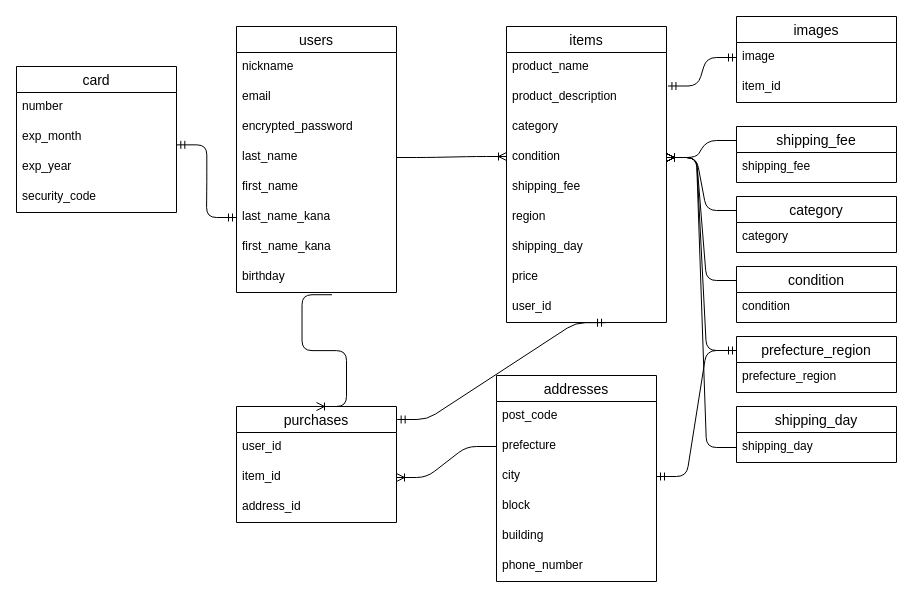
The draw.io diagram app/views/furima.dio in toshimasaimari/furima-38543, before the edit. Source tidied: cells renumbered, new cells numbered last; positions are measured from the earlier drawing's top-left corner, leaving out a move shared by most shapes. Both pictures are drawn from the tidied source at 100%, with x=0, y=0 at pixel (16, 16).
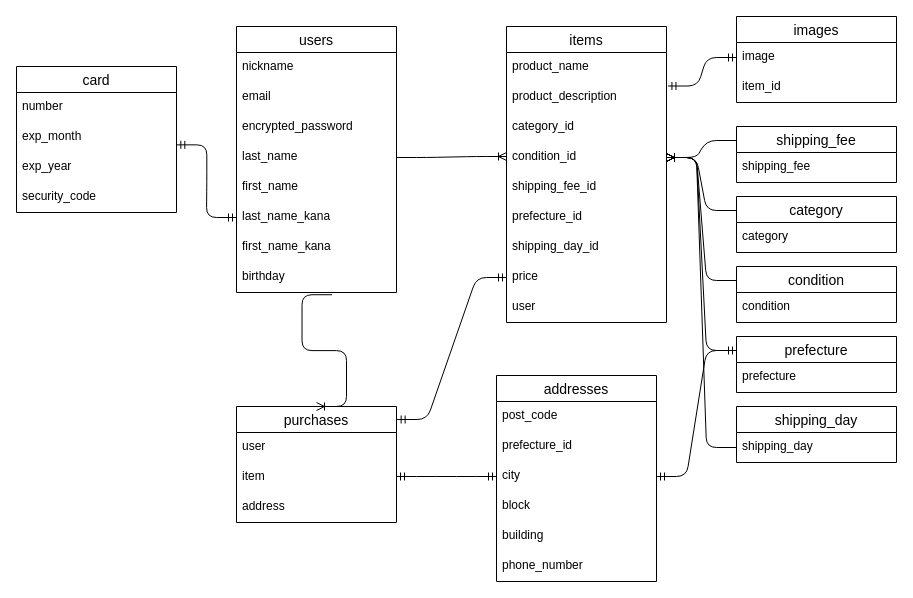
After the change.

Commit message (it also covers changes not shown here):
データベース設計の修正

The change refers to these unchanged cells:
```xml
<mxCell id="14" value="items" style="swimlane;fontStyle=0;horizontal=1;startSize=26;align=center;fontSize=14;" parent="1" vertex="1">
  <mxGeometry x="490" y="10" width="160" height="296" as="geometry" />
</mxCell>
<mxCell id="23" value="price" style="text;strokeColor=none;fillColor=none;spacingLeft=4;spacingRight=4;overflow=hidden;points=[[0,0.5],[1,0.5]];portConstraint=eastwest;fontSize=12;" parent="14" vertex="1">
  <mxGeometry y="236" width="160" height="30" as="geometry" />
</mxCell>
<mxCell id="36" value="addresses" style="swimlane;fontStyle=0;horizontal=1;startSize=26;align=center;fontSize=14;" parent="1" vertex="1">
  <mxGeometry x="480" y="359" width="160" height="206" as="geometry" />
</mxCell>
<mxCell id="39" value="city" style="text;strokeColor=none;fillColor=none;spacingLeft=4;spacingRight=4;overflow=hidden;points=[[0,0.5],[1,0.5]];portConstraint=eastwest;fontSize=12;" parent="36" vertex="1">
  <mxGeometry y="86" width="160" height="30" as="geometry" />
</mxCell>
<mxCell id="43" value="purchases" style="swimlane;fontStyle=0;horizontal=1;startSize=26;align=center;fontSize=14;" parent="1" vertex="1">
  <mxGeometry x="220" y="390" width="160" height="116" as="geometry" />
</mxCell>
```

Change to the diagram source:
```diff
@@
-    <mxCell id="17" value="category" style="text;strokeColor=none;fillColor=none;spacingLeft=4;spacingRight=4;overflow=hidden;fontSize=12;" parent="14" vertex="1">
+    <mxCell id="17" value="category_id" style="text;strokeColor=none;fillColor=none;spacingLeft=4;spacingRight=4;overflow=hidden;fontSize=12;" parent="14" vertex="1">
       <mxGeometry y="86" width="160" height="30" as="geometry" />
     </mxCell>
@@
-    <mxCell id="19" value="condition" style="text;strokeColor=none;fillColor=none;spacingLeft=4;spacingRight=4;overflow=hidden;points=[[0,0.5],[1,0.5]];portConstraint=eastwest;fontSize=12;" parent="14" vertex="1">
+    <mxCell id="19" value="condition_id" style="text;strokeColor=none;fillColor=none;spacingLeft=4;spacingRight=4;overflow=hidden;points=[[0,0.5],[1,0.5]];portConstraint=eastwest;fontSize=12;" parent="14" vertex="1">
       <mxGeometry y="116" width="160" height="30" as="geometry" />
     </mxCell>
-    <mxCell id="20" value="shipping_fee" style="text;strokeColor=none;fillColor=none;spacingLeft=4;spacingRight=4;overflow=hidden;fontSize=12;" parent="14" vertex="1">
+    <mxCell id="20" value="shipping_fee_id" style="text;strokeColor=none;fillColor=none;spacingLeft=4;spacingRight=4;overflow=hidden;fontSize=12;" parent="14" vertex="1">
       <mxGeometry y="146" width="160" height="30" as="geometry" />
     </mxCell>
-    <mxCell id="21" value="region" style="text;strokeColor=none;fillColor=none;spacingLeft=4;spacingRight=4;overflow=hidden;fontSize=12;" parent="14" vertex="1">
+    <mxCell id="21" value="prefecture_id" style="text;strokeColor=none;fillColor=none;spacingLeft=4;spacingRight=4;overflow=hidden;fontSize=12;" parent="14" vertex="1">
       <mxGeometry y="176" width="160" height="30" as="geometry" />
     </mxCell>
-    <mxCell id="22" value="shipping_day" style="text;strokeColor=none;fillColor=none;spacingLeft=4;spacingRight=4;overflow=hidden;fontSize=12;" parent="14" vertex="1">
+    <mxCell id="22" value="shipping_day_id" style="text;strokeColor=none;fillColor=none;spacingLeft=4;spacingRight=4;overflow=hidden;fontSize=12;" parent="14" vertex="1">
       <mxGeometry y="206" width="160" height="30" as="geometry" />
     </mxCell>
@@
-    <mxCell id="24" value="user_id" style="text;strokeColor=none;fillColor=none;spacingLeft=4;spacingRight=4;overflow=hidden;points=[[0,0.5],[1,0.5]];portConstraint=eastwest;fontSize=12;" parent="14" vertex="1">
+    <mxCell id="24" value="user" style="text;strokeColor=none;fillColor=none;spacingLeft=4;spacingRight=4;overflow=hidden;points=[[0,0.5],[1,0.5]];portConstraint=eastwest;fontSize=12;" parent="14" vertex="1">
       <mxGeometry y="266" width="160" height="30" as="geometry" />
     </mxCell>
@@
-    <mxCell id="29" value="prefecture_region" style="swimlane;fontStyle=0;horizontal=1;startSize=26;align=center;fontSize=14;" parent="1" vertex="1">
+    <mxCell id="29" value="prefecture" style="swimlane;fontStyle=0;horizontal=1;startSize=26;align=center;fontSize=14;" parent="1" vertex="1">
       <mxGeometry x="720" y="320" width="160" height="56" as="geometry" />
     </mxCell>
-    <mxCell id="30" value="prefecture_region" style="text;strokeColor=none;fillColor=none;spacingLeft=4;spacingRight=4;overflow=hidden;fontSize=12;" parent="29" vertex="1">
+    <mxCell id="30" value="prefecture" style="text;strokeColor=none;fillColor=none;spacingLeft=4;spacingRight=4;overflow=hidden;fontSize=12;" parent="29" vertex="1">
       <mxGeometry y="26" width="160" height="30" as="geometry" />
     </mxCell>
@@
-    <mxCell id="38" value="prefecture" style="text;strokeColor=none;fillColor=none;spacingLeft=4;spacingRight=4;overflow=hidden;points=[[0,0.5],[1,0.5]];portConstraint=eastwest;fontSize=12;" parent="36" vertex="1">
+    <mxCell id="38" value="prefecture_id" style="text;strokeColor=none;fillColor=none;spacingLeft=4;spacingRight=4;overflow=hidden;points=[[0,0.5],[1,0.5]];portConstraint=eastwest;fontSize=12;" parent="36" vertex="1">
       <mxGeometry y="56" width="160" height="30" as="geometry" />
     </mxCell>
@@
-    <mxCell id="44" value="user_id" style="text;strokeColor=none;fillColor=none;spacingLeft=4;spacingRight=4;overflow=hidden;fontSize=12;" parent="43" vertex="1">
+    <mxCell id="44" value="user" style="text;strokeColor=none;fillColor=none;spacingLeft=4;spacingRight=4;overflow=hidden;fontSize=12;" parent="43" vertex="1">
       <mxGeometry y="26" width="160" height="30" as="geometry" />
     </mxCell>
-    <mxCell id="45" value="item_id" style="text;strokeColor=none;fillColor=none;spacingLeft=4;spacingRight=4;overflow=hidden;points=[[0,0.5],[1,0.5]];portConstraint=eastwest;fontSize=12;" parent="43" vertex="1">
+    <mxCell id="45" value="item" style="text;strokeColor=none;fillColor=none;spacingLeft=4;spacingRight=4;overflow=hidden;points=[[0,0.5],[1,0.5]];portConstraint=eastwest;fontSize=12;" parent="43" vertex="1">
       <mxGeometry y="56" width="160" height="30" as="geometry" />
     </mxCell>
-    <mxCell id="46" value="address_id" style="text;strokeColor=none;fillColor=none;spacingLeft=4;spacingRight=4;overflow=hidden;fontSize=12;" parent="43" vertex="1">
+    <mxCell id="46" value="address" style="text;strokeColor=none;fillColor=none;spacingLeft=4;spacingRight=4;overflow=hidden;fontSize=12;" parent="43" vertex="1">
       <mxGeometry y="86" width="160" height="30" as="geometry" />
     </mxCell>
@@
-    <mxCell id="48" style="edgeStyle=entityRelationEdgeStyle;fontSize=12;html=1;endArrow=ERmandOne;startArrow=ERmandOne;exitX=1.004;exitY=0.112;exitDx=0;exitDy=0;entryX=0.619;entryY=1.006;entryDx=0;entryDy=0;entryPerimeter=0;exitPerimeter=0;" parent="1" edge="1" source="43" target="24">
+    <mxCell id="48" style="edgeStyle=entityRelationEdgeStyle;fontSize=12;html=1;endArrow=ERmandOne;startArrow=ERmandOne;exitX=1.004;exitY=0.112;exitDx=0;exitDy=0;entryX=0;entryY=0.5;entryDx=0;entryDy=0;exitPerimeter=0;" parent="1" edge="1" source="43" target="23">
       <mxGeometry relative="1" as="geometry" />
     </mxCell>
@@
-    <mxCell id="57" style="edgeStyle=entityRelationEdgeStyle;fontSize=12;html=1;endArrow=ERoneToMany;exitX=0;exitY=0.5;exitDx=0;exitDy=0;entryX=1;entryY=0.5;entryDx=0;entryDy=0;" parent="1" edge="1" source="38" target="45">
-      <mxGeometry relative="1" as="geometry" />
-    </mxCell>
@@
+    <mxCell id="62" style="edgeStyle=entityRelationEdgeStyle;fontSize=12;html=1;endArrow=ERmandOne;startArrow=ERmandOne;entryX=0;entryY=0.5;entryDx=0;entryDy=0;" parent="1" edge="1" target="39">
+      <mxGeometry relative="1" as="geometry">
+        <mxPoint x="380" y="460" as="sourcePoint" />
+      </mxGeometry>
+    </mxCell>
```
